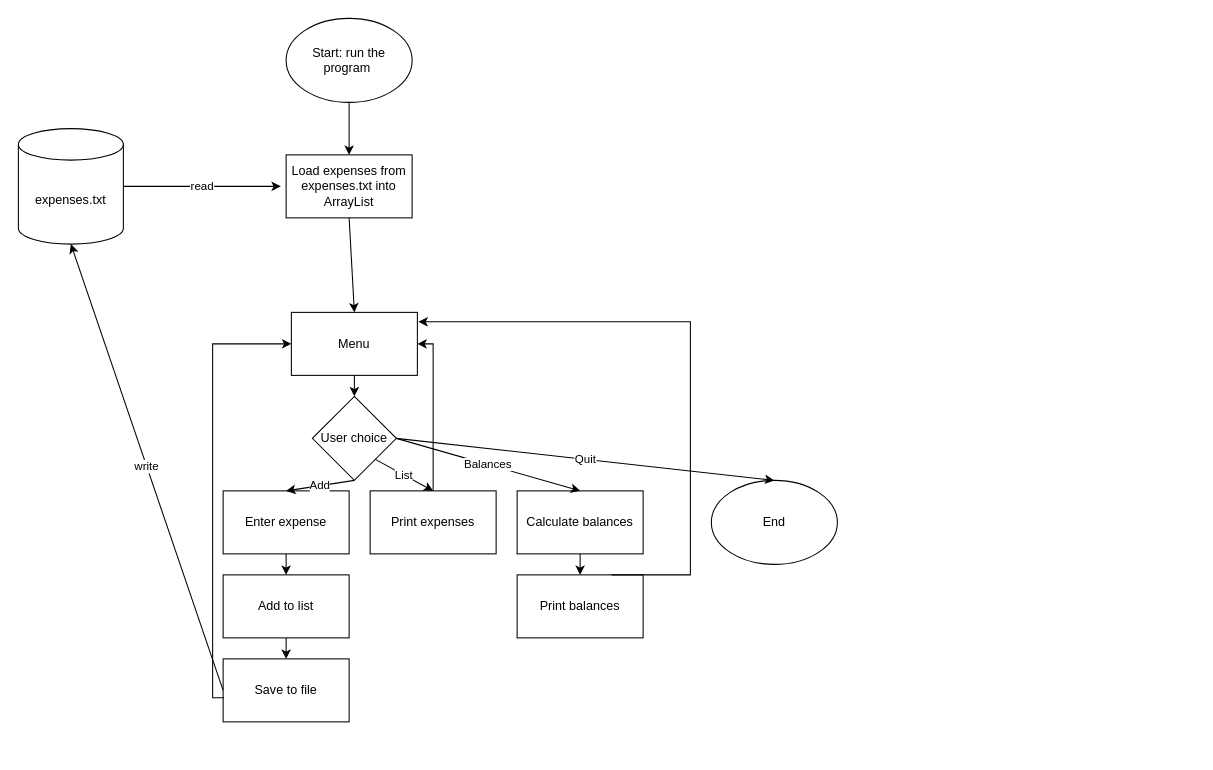
This is System Diagram.drawio from Seng-git/roommate-expense-splitter, a draw.io file, before an edit. Source tidied: cells renumbered, new cells numbered last; positions are measured from the earlier drawing's top-left corner, leaving out a move shared by most shapes. Both pictures are drawn from the tidied source at 105%, with x=0, y=0 at pixel (18, 18).
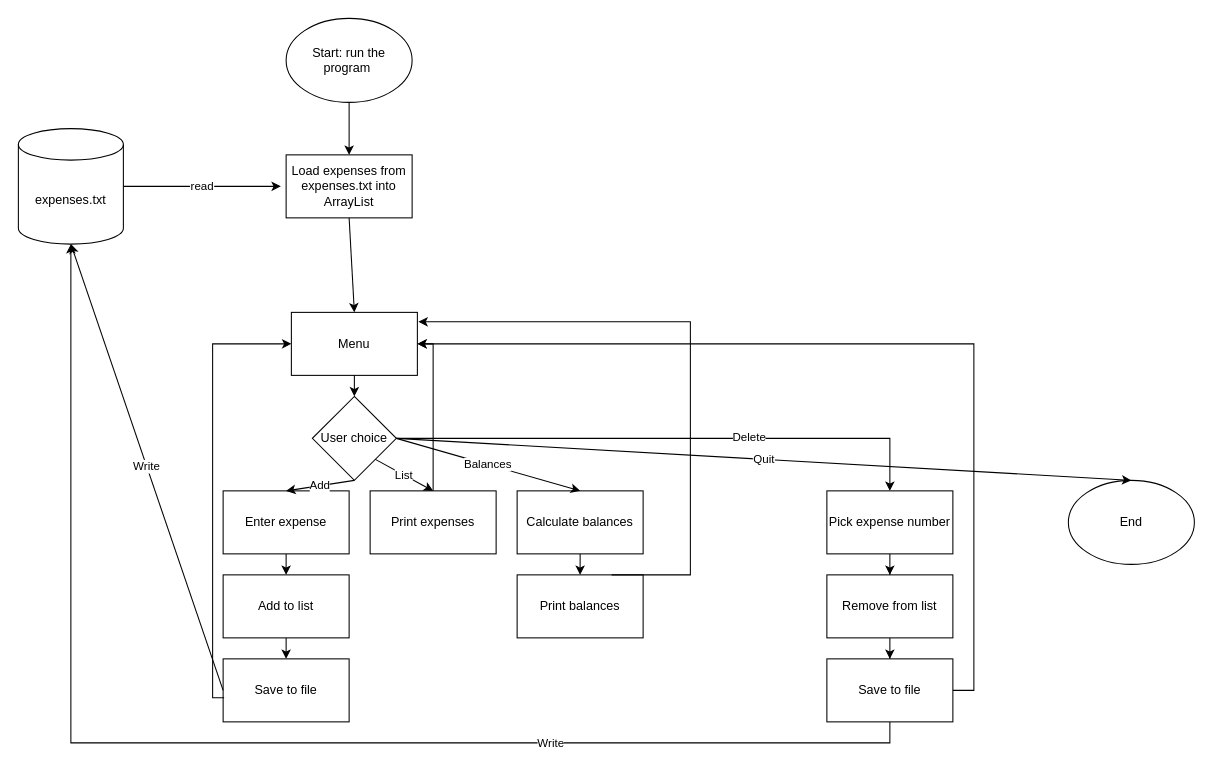
The same diagram, later.

Commit message (it also covers changes not shown here):
Update system diagram with Delete option

Unchanged cells that the change refers to:
```xml
<mxCell id="4" value="expenses.txt" style="shape=cylinder3;whiteSpace=wrap;html=1;boundedLbl=1;backgroundOutline=1;size=15;" parent="1" vertex="1">
  <mxGeometry y="105" width="100" height="110" as="geometry" />
</mxCell>
<mxCell id="5" value="Menu" style="rounded=0;whiteSpace=wrap;html=1;" parent="1" vertex="1">
  <mxGeometry x="260" y="280" width="120" height="60" as="geometry" />
</mxCell>
<mxCell id="6" value="User choice" style="rhombus;whiteSpace=wrap;html=1;shapeInside=1;" parent="1" vertex="1">
  <mxGeometry x="280" y="360" width="80" height="80" as="geometry" />
</mxCell>
<mxCell id="8" value="Save to file" style="rounded=0;whiteSpace=wrap;html=1;" parent="1" vertex="1">
  <mxGeometry x="195" y="610" width="120" height="60" as="geometry" />
</mxCell>
```

Diff of the diagram source:
```diff
@@
+    <mxCell id="29" style="edgeStyle=orthogonalEdgeStyle;rounded=0;jettySize=auto;html=1;entryX=0.5;entryY=0;entryDx=0;entryDy=0;defaultLabelBackgroundColor=page;labelPadding=0 4;" parent="1" edge="1" source="6" target="32">
+      <mxGeometry relative="1" as="geometry" />
+    </mxCell>
+    <mxCell id="30" value="Delete" style="edgeLabel;html=1;align=center;verticalAlign=middle;inheritText=1;defaultLabelBackgroundColor=page;labelPadding=0 4;" parent="29" vertex="1">
+      <mxGeometry x="0.29" y="2" relative="1" as="geometry" />
+    </mxCell>
@@
     <mxCell id="13" value="End" style="ellipse;whiteSpace=wrap;html=1;shapeInside=1;" parent="1" vertex="1">
-      <mxGeometry x="660" y="440" width="120" height="80" as="geometry" />
+      <mxGeometry x="1000" y="440" width="120" height="80" as="geometry" />
     </mxCell>
@@
-    <mxCell id="25" value="write" style="endArrow=classic;html=1;rounded=0;defaultLabelBackgroundColor=page;entryX=0.5;entryY=1;entryDx=0;entryDy=0;entryPerimeter=0;exitX=0;exitY=0.5;exitDx=0;exitDy=0;" parent="1" edge="1" source="8" target="4">
+    <mxCell id="25" value="Write" style="endArrow=classic;html=1;rounded=0;defaultLabelBackgroundColor=page;entryX=0.5;entryY=1;entryDx=0;entryDy=0;entryPerimeter=0;exitX=0;exitY=0.5;exitDx=0;exitDy=0;" parent="1" edge="1" source="8" target="4">
       <mxGeometry relative="1" as="geometry" />
     </mxCell>
@@
+    <mxCell id="31" style="edgeStyle=orthogonalEdgeStyle;rounded=0;jettySize=auto;html=1;entryX=0.5;entryY=0;entryDx=0;entryDy=0;defaultLabelBackgroundColor=page;labelPadding=0 4;" parent="1" edge="1" source="32" target="34">
+      <mxGeometry relative="1" as="geometry" />
+    </mxCell>
+    <mxCell id="32" value="Pick expense number" style="rounded=0;whiteSpace=wrap;html=1;" parent="1" vertex="1">
+      <mxGeometry x="770" y="450" width="120" height="60" as="geometry" />
+    </mxCell>
+    <mxCell id="33" style="edgeStyle=orthogonalEdgeStyle;rounded=0;jettySize=auto;html=1;entryX=0.5;entryY=0;entryDx=0;entryDy=0;defaultLabelBackgroundColor=page;labelPadding=0 4;" parent="1" edge="1" source="34" target="38">
+      <mxGeometry relative="1" as="geometry" />
+    </mxCell>
+    <mxCell id="34" value="Remove from list" style="rounded=0;whiteSpace=wrap;html=1;" parent="1" vertex="1">
+      <mxGeometry x="770" y="530" width="120" height="60" as="geometry" />
+    </mxCell>
+    <mxCell id="35" style="edgeStyle=orthogonalEdgeStyle;rounded=0;jettySize=auto;html=1;exitX=1;exitY=0.5;exitDx=0;exitDy=0;entryX=1;entryY=0.5;entryDx=0;entryDy=0;defaultLabelBackgroundColor=page;labelPadding=0 4;" parent="1" edge="1" source="38" target="5">
+      <mxGeometry relative="1" as="geometry" />
+    </mxCell>
+    <mxCell id="36" style="edgeStyle=orthogonalEdgeStyle;rounded=0;jettySize=auto;html=1;defaultLabelBackgroundColor=page;labelPadding=0 4;" parent="1" edge="1" source="38" target="4">
+      <mxGeometry relative="1" as="geometry">
+        <Array as="points">
+          <mxPoint x="830" y="690" />
+          <mxPoint x="50" y="690" />
+        </Array>
+      </mxGeometry>
+    </mxCell>
+    <mxCell id="37" value="Write" style="edgeLabel;html=1;align=center;verticalAlign=middle;inheritText=1;defaultLabelBackgroundColor=page;labelPadding=0 4;" parent="36" vertex="1">
+      <mxGeometry x="-0.46" y="-1" relative="1" as="geometry" />
+    </mxCell>
+    <mxCell id="38" value="Save to file" style="rounded=0;whiteSpace=wrap;html=1;" parent="1" vertex="1">
+      <mxGeometry x="770" y="610" width="120" height="60" as="geometry" />
+    </mxCell>
```
